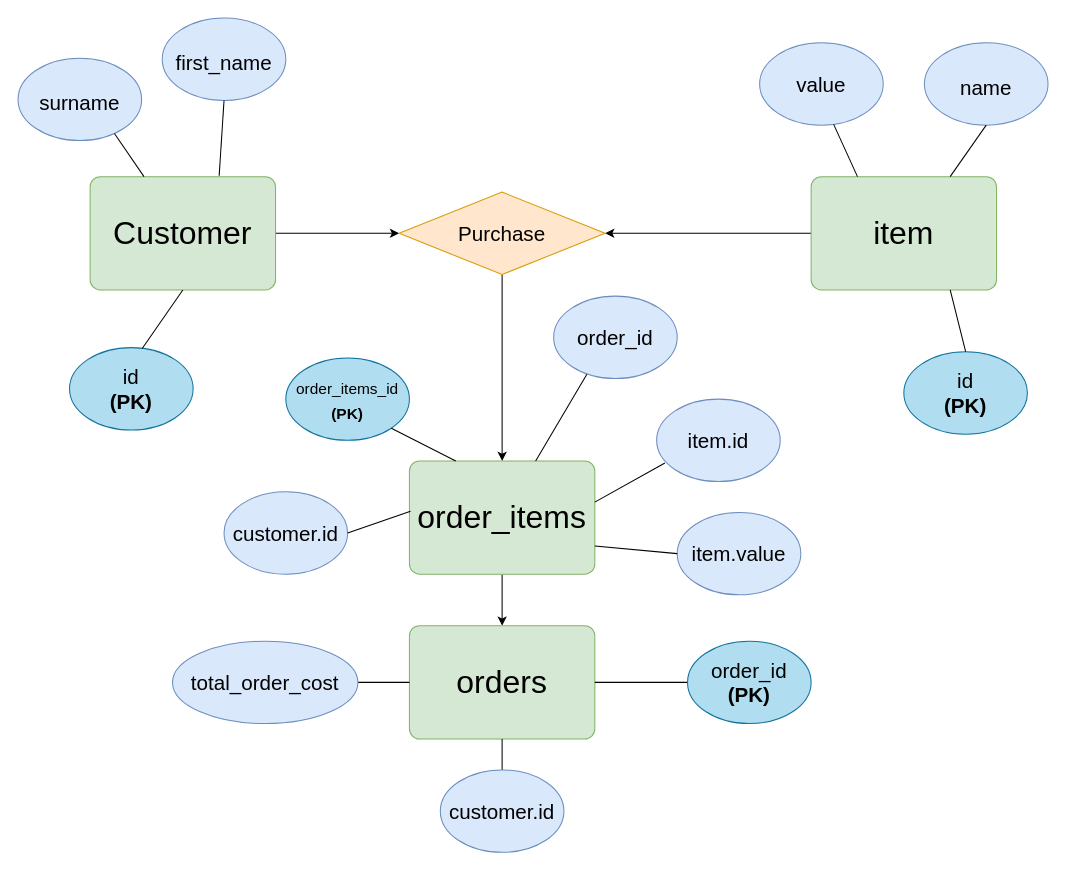
Before: Documentation/ERD.drawio in aliktb/IMS-Starter, a draw.io diagram. Source tidied: cells renumbered, new cells numbered last; positions are measured from the earlier drawing's top-left corner, leaving out a move shared by most shapes. Both pictures are drawn from the tidied source at 103%, with x=0, y=0 at pixel (18, 18).
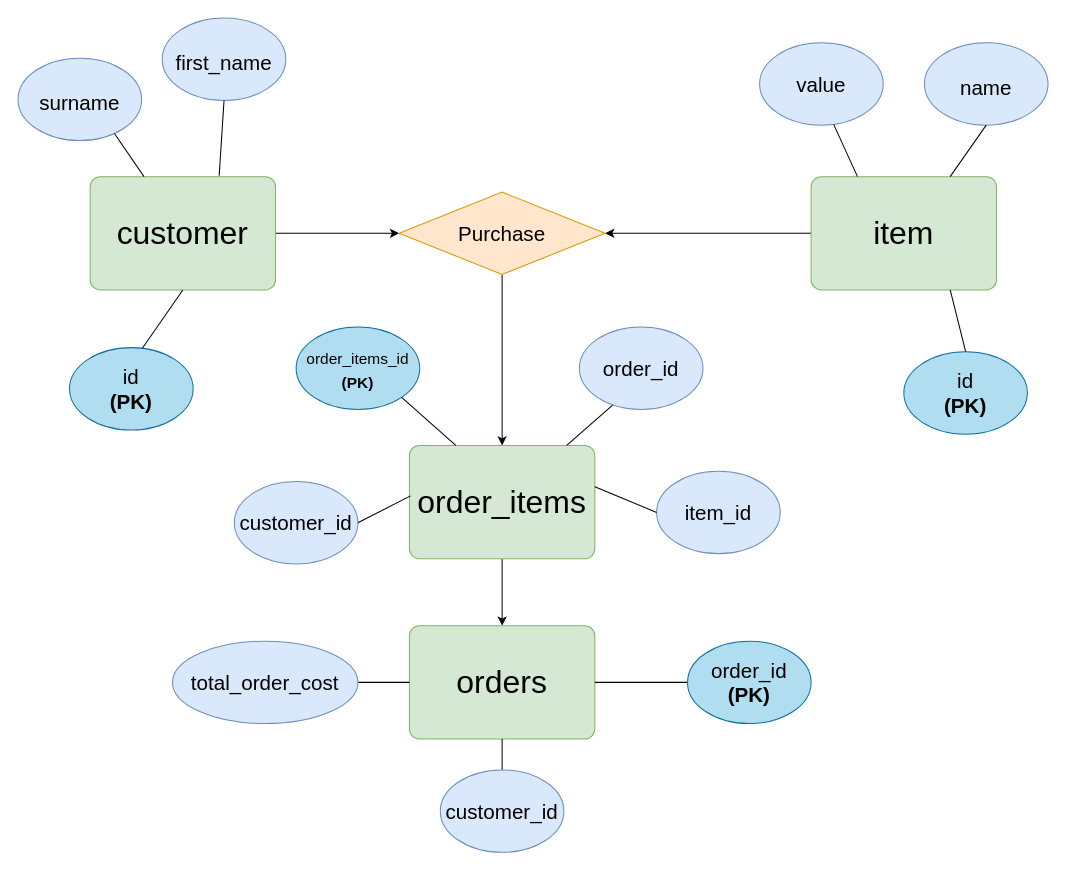
The same diagram, later.

The edit, as a diff of the source:
```diff
@@
-    <mxCell id="3" value="Customer" style="rounded=1;whiteSpace=wrap;html=1;arcSize=9;fontSize=31;fillColor=#d5e8d4;strokeColor=#82b366;" parent="1" vertex="1">
+    <mxCell id="3" value="customer" style="rounded=1;whiteSpace=wrap;html=1;arcSize=9;fontSize=31;fillColor=#d5e8d4;strokeColor=#82b366;" parent="1" vertex="1">
       <mxGeometry x="70" y="154" width="180" height="110" as="geometry" />
     </mxCell>
@@
     <mxCell id="21" value="order_items" style="rounded=1;whiteSpace=wrap;html=1;arcSize=9;fontSize=31;fillColor=#d5e8d4;strokeColor=#82b366;" parent="1" vertex="1">
-      <mxGeometry x="380" y="430" width="180" height="110" as="geometry" />
+      <mxGeometry x="380" y="415" width="180" height="110" as="geometry" />
     </mxCell>
-    <mxCell id="22" value="customer.id" style="ellipse;whiteSpace=wrap;html=1;fontSize=20;fillColor=#dae8fc;strokeColor=#6c8ebf;" parent="1" vertex="1">
-      <mxGeometry x="200" y="460" width="120" height="80" as="geometry" />
+    <mxCell id="22" value="customer_id" style="ellipse;whiteSpace=wrap;html=1;fontSize=20;fillColor=#dae8fc;strokeColor=#6c8ebf;" parent="1" vertex="1">
+      <mxGeometry x="210" y="450" width="120" height="80" as="geometry" />
     </mxCell>
-    <mxCell id="23" value="item.id" style="ellipse;whiteSpace=wrap;html=1;fontSize=20;fillColor=#dae8fc;strokeColor=#6c8ebf;" parent="1" vertex="1">
-      <mxGeometry x="620" y="370" width="120" height="80" as="geometry" />
+    <mxCell id="23" value="item_id" style="ellipse;whiteSpace=wrap;html=1;fontSize=20;fillColor=#dae8fc;strokeColor=#6c8ebf;" parent="1" vertex="1">
+      <mxGeometry x="620" y="440" width="120" height="80" as="geometry" />
     </mxCell>
     <mxCell id="24" value="order_id" style="ellipse;whiteSpace=wrap;html=1;fontSize=20;fillColor=#dae8fc;strokeColor=#6c8ebf;" parent="1" vertex="1">
-      <mxGeometry x="520" y="270" width="120" height="80" as="geometry" />
+      <mxGeometry x="545" y="300" width="120" height="80" as="geometry" />
     </mxCell>
@@
     <mxCell id="26" value="&lt;font&gt;&lt;span style=&quot;font-size: 15px&quot;&gt;order_items_id&lt;/span&gt;&lt;br&gt;&lt;b&gt;&lt;font style=&quot;font-size: 15px&quot;&gt;(PK)&lt;/font&gt;&lt;/b&gt;&lt;br&gt;&lt;/font&gt;" style="ellipse;whiteSpace=wrap;html=1;fontSize=20;fillColor=#b1ddf0;strokeColor=#10739e;" parent="1" vertex="1">
-      <mxGeometry x="260" y="330" width="120" height="80" as="geometry" />
+      <mxGeometry x="270" y="300" width="120" height="80" as="geometry" />
     </mxCell>
@@
-    <mxCell id="31" value="&lt;font style=&quot;font-size: 20px&quot;&gt;item.value&lt;/font&gt;" style="ellipse;whiteSpace=wrap;html=1;fontSize=15;fillColor=#dae8fc;strokeColor=#6c8ebf;" parent="1" vertex="1">
-      <mxGeometry x="640" y="480" width="120" height="80" as="geometry" />
-    </mxCell>
-    <mxCell id="32" style="endArrow=none;html=1;rounded=0;fontSize=15;entryX=0;entryY=0.5;entryDx=0;entryDy=0;exitX=1;exitY=0.75;exitDx=0;exitDy=0;" parent="1" edge="1" source="21" target="31">
-      <mxGeometry relative="1" as="geometry" />
-    </mxCell>
-    <mxCell id="33" style="endArrow=none;html=1;rounded=0;fontSize=15;entryX=0.067;entryY=0.775;entryDx=0;entryDy=0;exitX=1;exitY=0.364;exitDx=0;exitDy=0;exitPerimeter=0;entryPerimeter=0;" parent="1" edge="1" source="21" target="23">
+    <mxCell id="33" style="endArrow=none;html=1;rounded=0;fontSize=15;entryX=0;entryY=0.5;entryDx=0;entryDy=0;exitX=1;exitY=0.364;exitDx=0;exitDy=0;exitPerimeter=0;" parent="1" edge="1" source="21" target="23">
       <mxGeometry relative="1" as="geometry" />
     </mxCell>
@@
-    <mxCell id="37" value="customer.id" style="ellipse;whiteSpace=wrap;html=1;fontSize=20;fillColor=#dae8fc;strokeColor=#6c8ebf;" parent="1" vertex="1">
+    <mxCell id="37" value="customer_id" style="ellipse;whiteSpace=wrap;html=1;fontSize=20;fillColor=#dae8fc;strokeColor=#6c8ebf;" parent="1" vertex="1">
       <mxGeometry x="410" y="730" width="120" height="80" as="geometry" />
     </mxCell>
```
